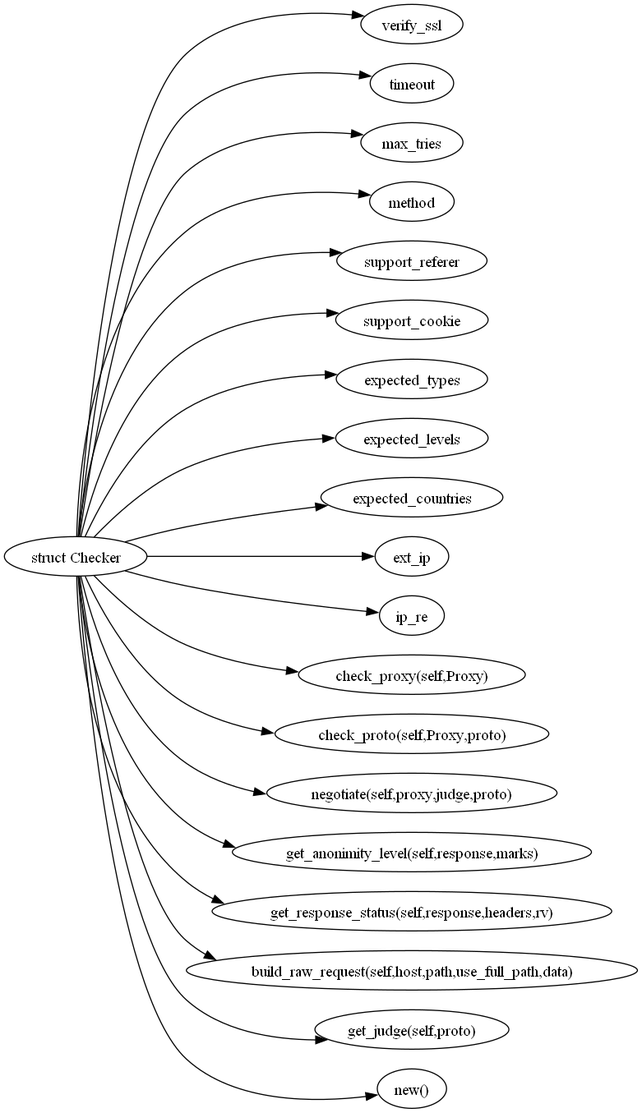
softtiny/proxy.rs keeps this Graphviz diagram as docs/checker/checker.c.png. Above is the earlier version. Its source is kept beside it as docs/checker/checker.c.dot. Its diagram source:
```dot
digraph {
    graph [
        rankdir=LR,
    ]
    "checker" [label="struct Checker"]
    "checker" -> "verify_ssl"
    "checker" -> "timeout"
    "checker" -> "max_tries"
    "checker" -> "method"
    "checker" -> "support_referer"
    "checker" -> "support_cookie"
    "checker" -> "expected_types"
    "checker" -> "expected_levels"
    "checker" -> "expected_countries"
    "checker" -> "ext_ip"
    "checker" -> "ip_re"
    "checker" -> "check_proxy(self,Proxy)"
    "checker" -> "check_proto(self,Proxy,proto)"
    "checker" -> "negotiate(self,proxy,judge,proto)"
    "checker" -> "get_anonimity_level(self,response,marks)"
    "checker" -> "get_response_status(self,response,headers,rv)"
    "checker" -> "build_raw_request(self,host,path,use_full_path,data)"
    "checker" -> "get_judge(self,proto)"
    "checker" -> "new()"
}
```
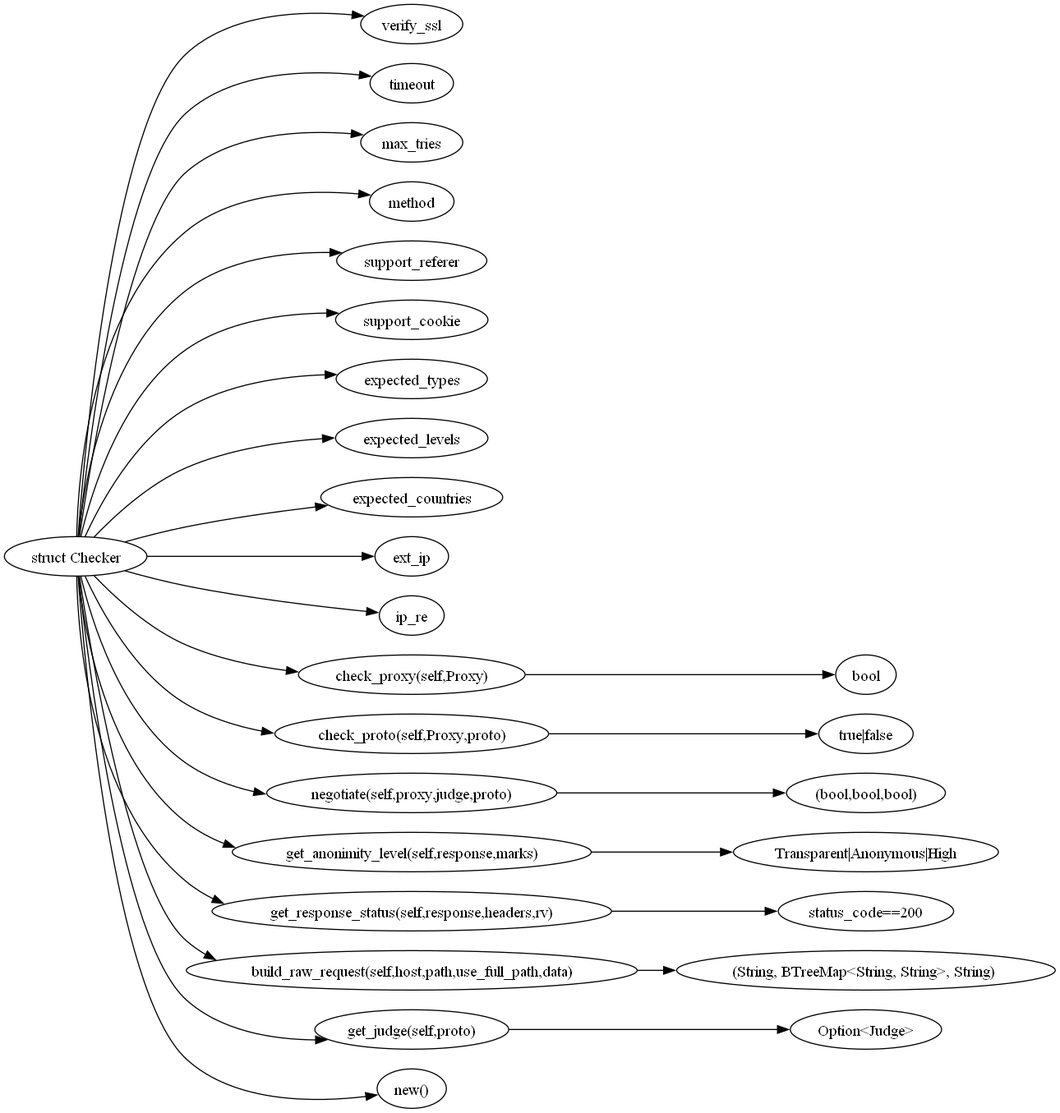
Above is the later version.

Commit message:
:construction: Work in progress.

What changed in the source:
```diff
@@ -14,12 +14,12 @@
     "checker" -> "expected_countries"
     "checker" -> "ext_ip"
     "checker" -> "ip_re"
-    "checker" -> "check_proxy(self,Proxy)"
-    "checker" -> "check_proto(self,Proxy,proto)"
-    "checker" -> "negotiate(self,proxy,judge,proto)"
-    "checker" -> "get_anonimity_level(self,response,marks)"
-    "checker" -> "get_response_status(self,response,headers,rv)"
-    "checker" -> "build_raw_request(self,host,path,use_full_path,data)"
-    "checker" -> "get_judge(self,proto)"
+    "checker" -> "check_proxy(self,Proxy)" -> "bool"
+    "checker" -> "check_proto(self,Proxy,proto)" -> "true|false"
+    "checker" -> "negotiate(self,proxy,judge,proto)" -> "(bool,bool,bool)"
+    "checker" -> "get_anonimity_level(self,response,marks)" -> "Transparent|Anonymous|High"
+    "checker" -> "get_response_status(self,response,headers,rv)" -> "status_code==200"
+    "checker" -> "build_raw_request(self,host,path,use_full_path,data)" -> "(String, BTreeMap<String, String>, String) "
+    "checker" -> "get_judge(self,proto)" -> "Option<Judge>"
     "checker" -> "new()"
 }
```
